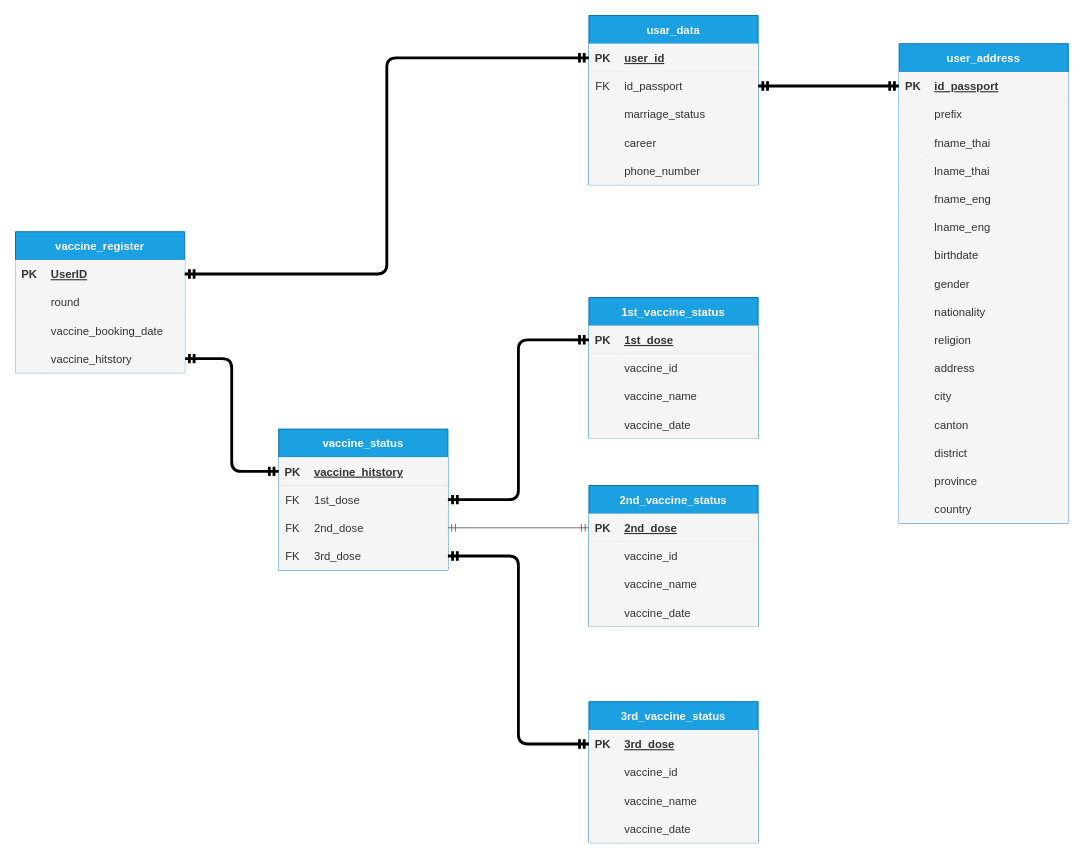
GASADER/Knacx-test keeps this draw.io diagram as test1/Analysis.drawio. Above is the earlier version. Source tidied: cells renumbered, new cells numbered last; positions are measured from the earlier drawing's top-left corner, leaving out a move shared by most shapes. Both pictures are drawn from the tidied source at 94%, with x=0, y=0 at pixel (15, 15).
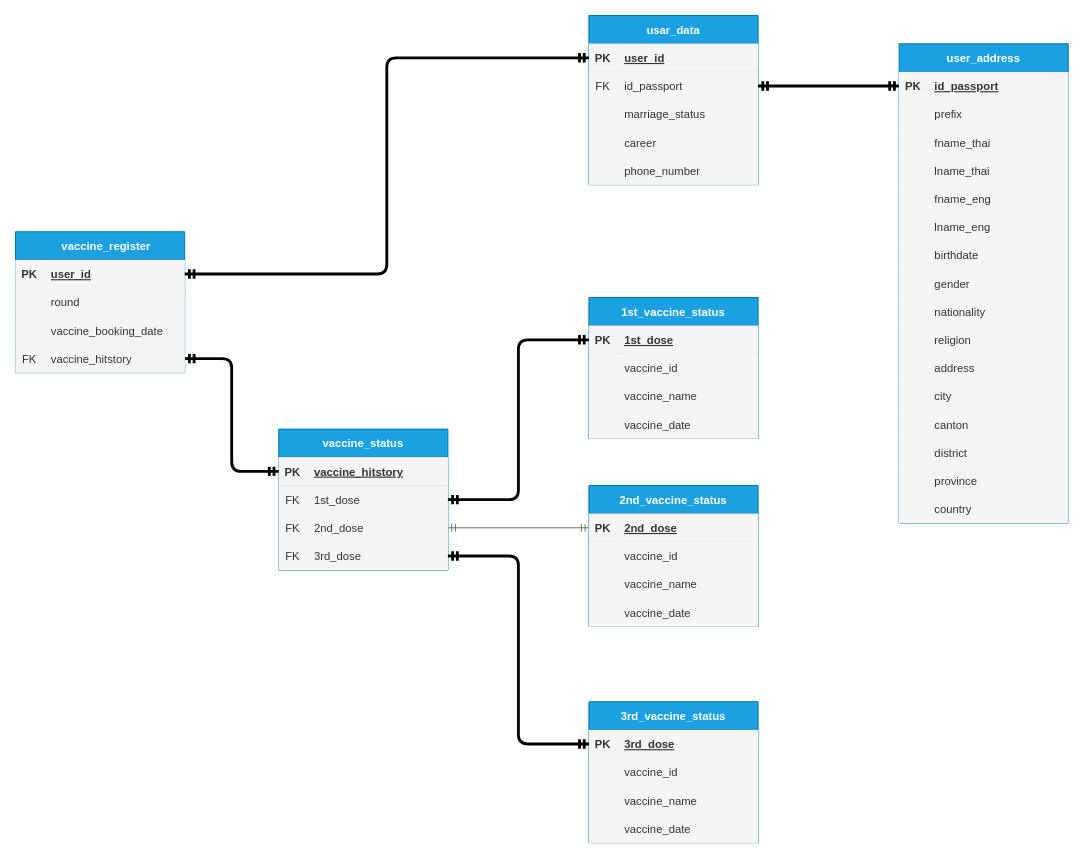
Above is the later version.

Unchanged cells that the change refers to:
```xml
<mxCell id="83" style="shape=tableRow;horizontal=0;startSize=0;swimlaneHead=0;swimlaneBody=0;fillColor=#f5f5f5;points=[[0,0.5],[1,0.5]];portConstraint=eastwest;top=0;left=0;right=0;bottom=1;rounded=0;fontColor=#333333;strokeColor=#666666;" parent="82" vertex="1">
  <mxGeometry y="30" width="180" height="30" as="geometry" />
</mxCell>
<mxCell id="92" style="shape=tableRow;horizontal=0;startSize=0;swimlaneHead=0;swimlaneBody=0;fillColor=#f5f5f5;points=[[0,0.5],[1,0.5]];portConstraint=eastwest;top=0;left=0;right=0;bottom=0;rounded=0;fontColor=#333333;strokeColor=#666666;" parent="82" vertex="1">
  <mxGeometry y="120" width="180" height="30" as="geometry" />
</mxCell>
```

Diff of the diagram source:
```diff
@@
-    <mxCell id="82" value="vaccine_register" style="shape=table;startSize=30;childLayout=tableLayout;rowLines=0;fontStyle=1;align=center;rounded=0;fillColor=#1ba1e2;fontColor=#ffffff;strokeColor=#006EAF;" parent="1" vertex="1">
+    <mxCell id="82" value="    vaccine_register" style="shape=table;startSize=30;childLayout=tableLayout;rowLines=0;fontStyle=1;align=center;rounded=0;fillColor=#1ba1e2;fontColor=#ffffff;strokeColor=#006EAF;" parent="1" vertex="1">
       <mxGeometry y="230" width="180" height="150" as="geometry" />
     </mxCell>
@@
-    <mxCell id="85" value="UserID" style="shape=partialRectangle;fillColor=#f5f5f5;top=0;left=0;bottom=0;right=0;align=left;spacingLeft=6;fontStyle=5;overflow=hidden;rounded=0;fontColor=#333333;strokeColor=#666666;" parent="83" vertex="1">
+    <mxCell id="85" value="user_id" style="shape=partialRectangle;fillColor=#f5f5f5;top=0;left=0;bottom=0;right=0;align=left;spacingLeft=6;fontStyle=5;overflow=hidden;rounded=0;fontColor=#333333;strokeColor=#666666;" parent="83" vertex="1">
       <mxGeometry x="30" width="150" height="30" as="geometry" />
     </mxCell>
@@
-    <mxCell id="93" style="shape=partialRectangle;fillColor=#f5f5f5;top=0;left=0;bottom=0;right=0;overflow=hidden;rounded=0;fontColor=#333333;strokeColor=#666666;" parent="92" vertex="1">
+    <mxCell id="93" value="FK" style="shape=partialRectangle;fillColor=#f5f5f5;top=0;left=0;bottom=0;right=0;overflow=hidden;rounded=0;fontColor=#333333;strokeColor=#666666;" parent="92" vertex="1">
       <mxGeometry width="30" height="30" as="geometry" />
     </mxCell>
```
